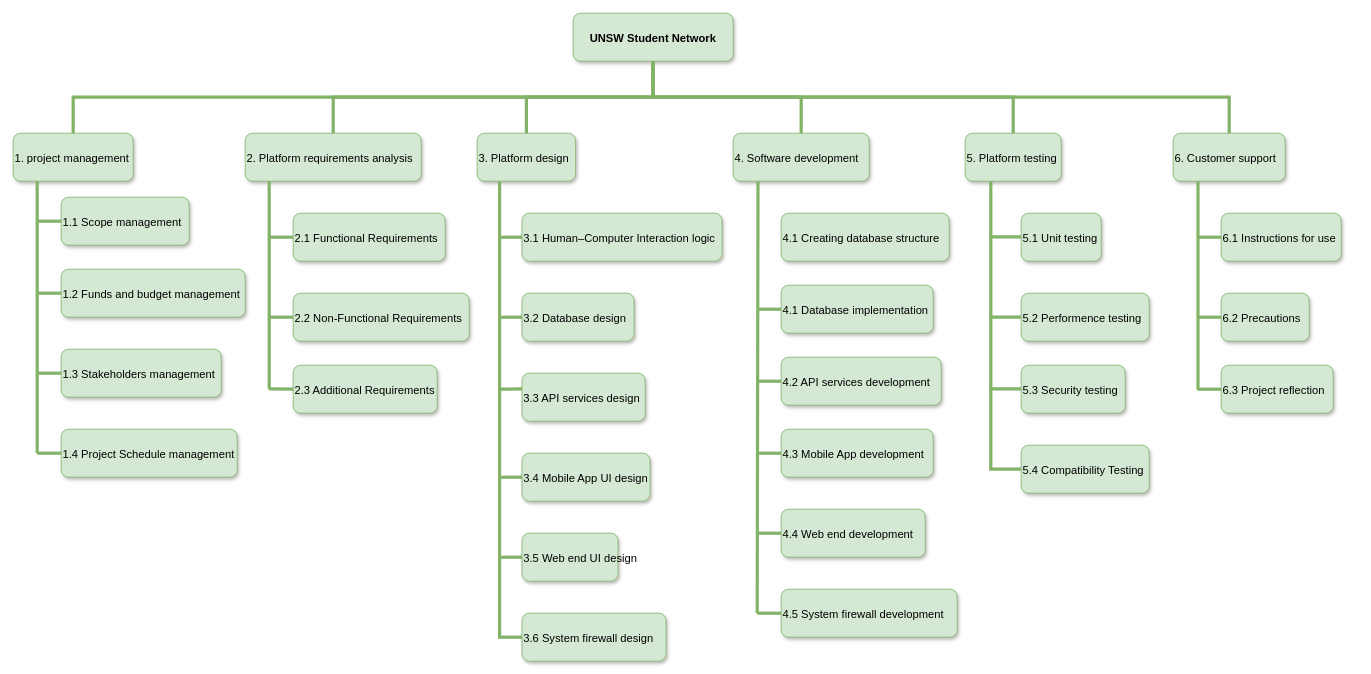
Earlier version of the draw.io diagram 未命名绘图.drawio (zhangnailiang/ER). Source tidied: cells renumbered, new cells numbered last; positions are measured from the earlier drawing's top-left corner, leaving out a move shared by most shapes. Both pictures are drawn from the tidied source at 80%, with x=0, y=0 at pixel (13, 13).
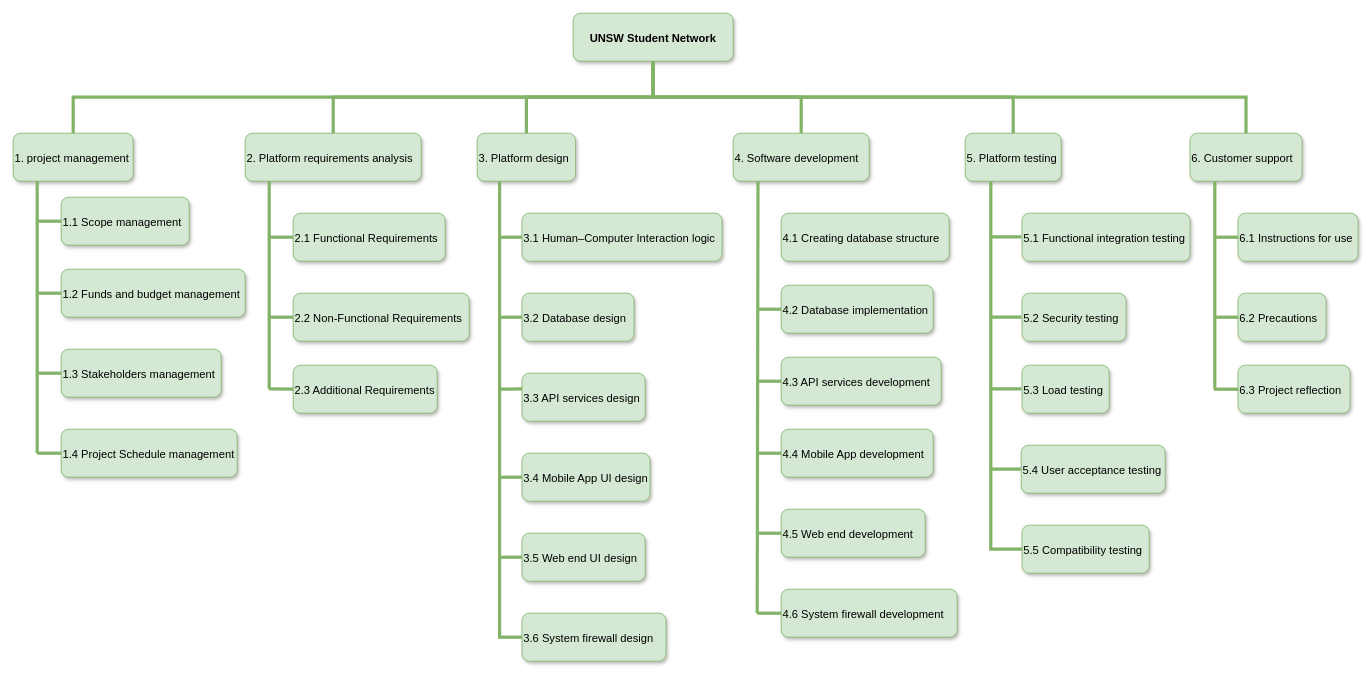
Above is the later version.

What changed in the source:
```diff
@@
     <mxCell id="15" value="3.5 Web end UI design" style="rounded=1;fillColor=#d5e8d4;strokeColor=#82B366;shadow=1;fontStyle=0;fontSize=14;align=left;" parent="1" vertex="1">
-      <mxGeometry x="636" y="650" width="120" height="60" as="geometry" />
+      <mxGeometry x="636" y="650" width="154" height="60" as="geometry" />
     </mxCell>
@@
-    <mxCell id="26" value="4.5 System firewall development" style="rounded=1;fillColor=#d5e8d4;strokeColor=#82b366;shadow=1;fontStyle=0;fontSize=14;align=left;" parent="1" vertex="1">
+    <mxCell id="26" value="4.6 System firewall development" style="rounded=1;fillColor=#d5e8d4;strokeColor=#82b366;shadow=1;fontStyle=0;fontSize=14;align=left;" parent="1" vertex="1">
       <mxGeometry x="960" y="720" width="220" height="60" as="geometry" />
     </mxCell>
@@
-    <mxCell id="31" value="4.4 Web end development" style="rounded=1;fillColor=#d5e8d4;strokeColor=#82B366;shadow=1;fontStyle=0;fontSize=14;align=left;" parent="1" vertex="1">
+    <mxCell id="31" value="4.5 Web end development" style="rounded=1;fillColor=#d5e8d4;strokeColor=#82B366;shadow=1;fontStyle=0;fontSize=14;align=left;" parent="1" vertex="1">
       <mxGeometry x="960" y="620" width="180" height="60" as="geometry" />
     </mxCell>
@@
-    <mxCell id="33" value="4.3 Mobile App development" style="rounded=1;fillColor=#d5e8d4;strokeColor=#82B366;shadow=1;fontStyle=0;fontSize=14;align=left;" parent="1" vertex="1">
+    <mxCell id="33" value="4.4 Mobile App development" style="rounded=1;fillColor=#d5e8d4;strokeColor=#82B366;shadow=1;fontStyle=0;fontSize=14;align=left;" parent="1" vertex="1">
       <mxGeometry x="960" y="520" width="190" height="60" as="geometry" />
     </mxCell>
-    <mxCell id="34" value="4.1 Database implementation" style="rounded=1;fillColor=#d5e8d4;strokeColor=#82B366;shadow=1;fontStyle=0;fontSize=14;align=left;" parent="1" vertex="1">
+    <mxCell id="34" value="4.2 Database implementation" style="rounded=1;fillColor=#d5e8d4;strokeColor=#82B366;shadow=1;fontStyle=0;fontSize=14;align=left;" parent="1" vertex="1">
       <mxGeometry x="960" y="340" width="190" height="60" as="geometry" />
     </mxCell>
@@
-    <mxCell id="36" value="5.2 Performence testing" style="rounded=1;fillColor=#d5e8d4;strokeColor=#82b366;shadow=1;fontStyle=0;fontSize=14;align=left;" parent="1" vertex="1">
-      <mxGeometry x="1260" y="350" width="160" height="60" as="geometry" />
+    <mxCell id="36" value="5.1 Functional integration testing" style="rounded=1;fillColor=#d5e8d4;strokeColor=#82b366;shadow=1;fontStyle=0;fontSize=14;align=left;" parent="1" vertex="1">
+      <mxGeometry x="1261" y="250" width="210" height="60" as="geometry" />
     </mxCell>
     <mxCell id="37" style="endArrow=none;html=1;rounded=1;strokeColor=#82B366;strokeWidth=4;endFill=0;exitX=0.25;exitY=1;exitDx=0;exitDy=0;fontStyle=0;align=left;" parent="1" edge="1">
       <mxGeometry relative="1" as="geometry">
         <mxPoint x="1222" y="210" as="sourcePoint" />
-        <mxPoint x="1222" y="570" as="targetPoint" />
+        <mxPoint x="1222" y="670" as="targetPoint" />
       </mxGeometry>
     </mxCell>
-    <mxCell id="38" value="5.3 Security testing" style="rounded=1;fillColor=#d5e8d4;strokeColor=#82b366;shadow=1;fontStyle=0;fontSize=14;align=left;" parent="1" vertex="1">
-      <mxGeometry x="1260" y="440" width="130" height="60" as="geometry" />
+    <mxCell id="38" value="5.2 Security testing" style="rounded=1;fillColor=#d5e8d4;strokeColor=#82b366;shadow=1;fontStyle=0;fontSize=14;align=left;" parent="1" vertex="1">
+      <mxGeometry x="1261" y="350" width="130" height="60" as="geometry" />
     </mxCell>
-    <mxCell id="39" value="5.1 Unit testing" style="rounded=1;fillColor=#d5e8d4;strokeColor=#82b366;shadow=1;fontStyle=0;fontSize=14;align=left;" parent="1" vertex="1">
-      <mxGeometry x="1260" y="250" width="100" height="60" as="geometry" />
+    <mxCell id="39" value="5.3 Load testing" style="rounded=1;fillColor=#d5e8d4;strokeColor=#82b366;shadow=1;fontStyle=0;fontSize=14;align=left;" parent="1" vertex="1">
+      <mxGeometry x="1261" y="440" width="109" height="60" as="geometry" />
     </mxCell>
-    <mxCell id="40" value="5.4 Compatibility Testing" style="rounded=1;fillColor=#d5e8d4;strokeColor=#82b366;shadow=1;fontStyle=0;fontSize=14;align=left;" parent="1" vertex="1">
-      <mxGeometry x="1260" y="540" width="160" height="60" as="geometry" />
+    <mxCell id="40" value="5.4 User acceptance testing" style="rounded=1;fillColor=#d5e8d4;strokeColor=#82b366;shadow=1;fontStyle=0;fontSize=14;align=left;" parent="1" vertex="1">
+      <mxGeometry x="1260" y="540" width="180" height="60" as="geometry" />
     </mxCell>
@@
     <mxCell id="44" value="6. Customer support" style="rounded=1;fillColor=#d5e8d4;strokeColor=#82b366;shadow=1;fontStyle=0;fontSize=14;align=left;" parent="1" vertex="1">
-      <mxGeometry x="1450" y="150" width="140" height="60" as="geometry" />
+      <mxGeometry x="1471" y="150" width="140" height="60" as="geometry" />
     </mxCell>
     <mxCell id="45" value="6.1 Instructions for use" style="rounded=1;fillColor=#d5e8d4;strokeColor=#82B366;shadow=1;fontStyle=0;fontSize=14;align=left;" parent="1" vertex="1">
-      <mxGeometry x="1510" y="250" width="150" height="60" as="geometry" />
+      <mxGeometry x="1531" y="250" width="150" height="60" as="geometry" />
     </mxCell>
     <mxCell id="46" style="endArrow=none;html=1;rounded=1;strokeColor=#82B366;strokeWidth=4;endFill=0;exitX=0.25;exitY=1;exitDx=0;exitDy=0;fontStyle=0;align=left;" parent="1" edge="1">
       <mxGeometry relative="1" as="geometry">
-        <mxPoint x="1481" y="210" as="sourcePoint" />
-        <mxPoint x="1481" y="470" as="targetPoint" />
+        <mxPoint x="1502" y="210" as="sourcePoint" />
+        <mxPoint x="1502" y="470" as="targetPoint" />
       </mxGeometry>
     </mxCell>
     <mxCell id="47" value="6.2 Precautions " style="rounded=1;fillColor=#d5e8d4;strokeColor=#82B366;shadow=1;fontStyle=0;fontSize=14;align=left;" parent="1" vertex="1">
-      <mxGeometry x="1510" y="350" width="110" height="60" as="geometry" />
+      <mxGeometry x="1531" y="350" width="110" height="60" as="geometry" />
     </mxCell>
     <mxCell id="48" style="endArrow=none;html=1;rounded=1;entryX=0;entryY=0.5;entryDx=0;entryDy=0;strokeColor=#82B366;strokeWidth=4;endFill=0;fontStyle=0;align=left;" parent="1" edge="1">
       <mxGeometry relative="1" as="geometry">
-        <mxPoint x="1480" y="470" as="sourcePoint" />
-        <mxPoint x="1510" y="470" as="targetPoint" />
+        <mxPoint x="1501" y="470" as="sourcePoint" />
+        <mxPoint x="1531" y="470" as="targetPoint" />
       </mxGeometry>
     </mxCell>
     <mxCell id="49" style="endArrow=none;html=1;rounded=1;entryX=0;entryY=0.5;entryDx=0;entryDy=0;strokeColor=#82B366;strokeWidth=4;endFill=0;fontStyle=0;align=left;" parent="1" edge="1" target="47">
       <mxGeometry relative="1" as="geometry">
-        <mxPoint x="1480" y="380" as="sourcePoint" />
+        <mxPoint x="1501" y="380" as="sourcePoint" />
       </mxGeometry>
     </mxCell>
     <mxCell id="50" style="endArrow=none;html=1;rounded=1;entryX=0;entryY=0.5;entryDx=0;entryDy=0;strokeColor=#82B366;strokeWidth=4;endFill=0;fontStyle=0;align=left;" parent="1" edge="1" target="45">
       <mxGeometry relative="1" as="geometry">
-        <mxPoint x="1480" y="280" as="sourcePoint" />
+        <mxPoint x="1501" y="280" as="sourcePoint" />
       </mxGeometry>
     </mxCell>
@@
     <mxCell id="55" value="6.3 Project reflection" style="rounded=1;fillColor=#d5e8d4;strokeColor=#82B366;shadow=1;fontStyle=0;fontSize=14;align=left;" parent="1" vertex="1">
-      <mxGeometry x="1510" y="440" width="140" height="60" as="geometry" />
+      <mxGeometry x="1531" y="440" width="140" height="60" as="geometry" />
     </mxCell>
@@
-    <mxCell id="66" value="4.2 API services development" style="rounded=1;fillColor=#d5e8d4;strokeColor=#82B366;shadow=1;fontStyle=0;fontSize=14;align=left;" parent="1" vertex="1">
+    <mxCell id="66" value="4.3 API services development" style="rounded=1;fillColor=#d5e8d4;strokeColor=#82B366;shadow=1;fontStyle=0;fontSize=14;align=left;" parent="1" vertex="1">
       <mxGeometry x="960" y="430" width="200" height="60" as="geometry" />
     </mxCell>
@@
+    <mxCell id="73" value="5.5 Compatibility testing" style="rounded=1;fillColor=#d5e8d4;strokeColor=#82b366;shadow=1;fontStyle=0;fontSize=14;align=left;" parent="1" vertex="1">
+      <mxGeometry x="1261" y="640" width="159" height="60" as="geometry" />
+    </mxCell>
+    <mxCell id="74" style="endArrow=none;html=1;rounded=1;entryX=0;entryY=0.5;entryDx=0;entryDy=0;strokeColor=#82B366;strokeWidth=4;endFill=0;fontStyle=0;align=left;" parent="1" edge="1" target="73">
+      <mxGeometry relative="1" as="geometry">
+        <mxPoint x="1220" y="670" as="sourcePoint" />
+      </mxGeometry>
+    </mxCell>
```
